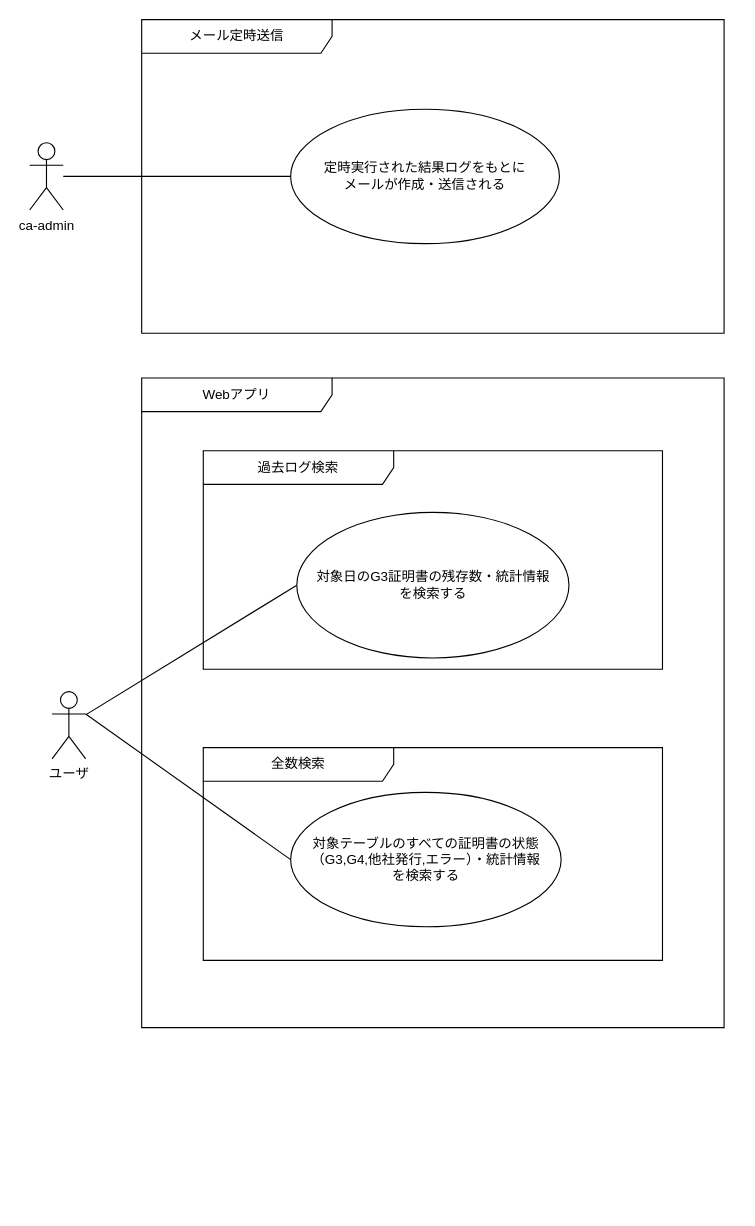
Above: page "ユースケース図" (5 of 6) of UMLDiagram.drawio in r-asano/kaihatsubuKenshu (draw.io), before the change. Source tidied: cells renumbered, new cells numbered last; positions are measured from the earlier drawing's top-left corner, leaving out a move shared by most shapes. Both pictures are drawn from the tidied source at 112%, with x=0, y=0 at pixel (29, 19).
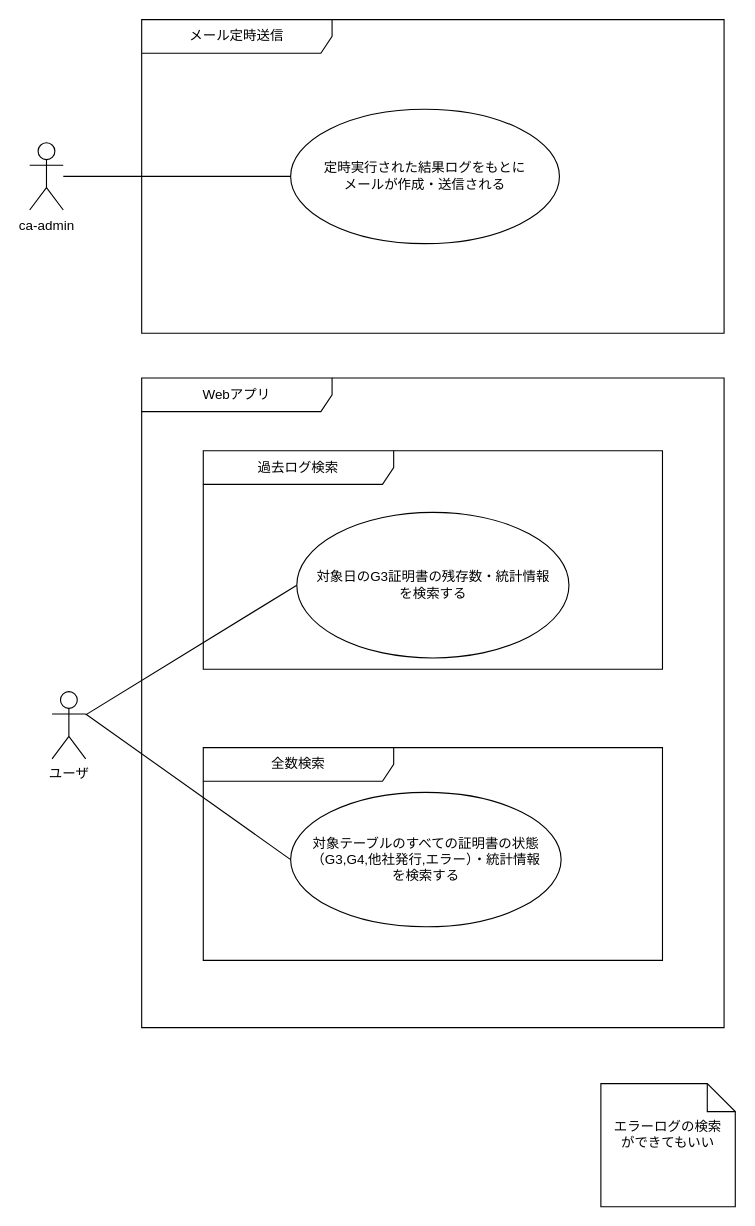
Above is the later version.

Diff of the diagram source:
```diff
@@
 <mxGraphModel>
   <root>
     <mxCell id="0" />
     <mxCell id="1" parent="0" />
     <mxCell id="2" value="メール定時送信" style="shape=umlFrame;whiteSpace=wrap;html=1;width=170;height=30;" parent="1" vertex="1">
       <mxGeometry x="100" width="520" height="280" as="geometry" />
     </mxCell>
     <mxCell id="3" value="&lt;div&gt;ca-admin&lt;/div&gt;" style="shape=umlActor;verticalLabelPosition=bottom;verticalAlign=top;html=1;" parent="1" vertex="1">
       <mxGeometry y="110" width="30" height="60" as="geometry" />
     </mxCell>
     <mxCell id="4" value="Webアプリ" style="shape=umlFrame;whiteSpace=wrap;html=1;width=170;height=30;" parent="1" vertex="1">
       <mxGeometry x="100" y="320" width="520" height="580" as="geometry" />
     </mxCell>
     <mxCell id="5" value="過去ログ検索" style="shape=umlFrame;whiteSpace=wrap;html=1;width=170;height=30;" parent="1" vertex="1">
       <mxGeometry x="155" y="385" width="410" height="195" as="geometry" />
     </mxCell>
     <mxCell id="6" value="全数検索" style="shape=umlFrame;whiteSpace=wrap;html=1;width=170;height=30;" parent="1" vertex="1">
       <mxGeometry x="155" y="650" width="410" height="190" as="geometry" />
     </mxCell>
     <mxCell id="7" value="&lt;div&gt;定時実行された結果ログをもとに&lt;/div&gt;&lt;div&gt;メールが作成・送信される&lt;/div&gt;" style="ellipse;whiteSpace=wrap;html=1;" parent="1" vertex="1">
       <mxGeometry x="233" y="80" width="240" height="120" as="geometry" />
     </mxCell>
     <mxCell id="8" style="endArrow=none;html=1;entryX=0;entryY=0.5;entryDx=0;entryDy=0;" parent="1" edge="1" source="3" target="7">
       <mxGeometry relative="1" as="geometry" />
     </mxCell>
     <mxCell id="9" value="ユーザ" style="shape=umlActor;verticalLabelPosition=bottom;verticalAlign=top;html=1;" parent="1" vertex="1">
       <mxGeometry x="20" y="600" width="30" height="60" as="geometry" />
     </mxCell>
     <mxCell id="10" value="&lt;div&gt;対象日のG3証明書の残存数・統計情報&lt;/div&gt;&lt;div&gt;を検索する&lt;br&gt;&lt;/div&gt;" style="ellipse;whiteSpace=wrap;html=1;" parent="1" vertex="1">
       <mxGeometry x="238.5" y="440" width="243" height="130" as="geometry" />
     </mxCell>
     <mxCell id="11" style="endArrow=none;html=1;entryX=0;entryY=0.5;entryDx=0;entryDy=0;" parent="1" edge="1" source="9" target="10">
       <mxGeometry relative="1" as="geometry" />
     </mxCell>
     <mxCell id="12" value="&lt;div&gt;対象テーブルのすべての証明書の状態（G3,G4,他社発行,エラー）・統計情報&lt;/div&gt;&lt;div&gt;を検索する&lt;br&gt;&lt;/div&gt;" style="ellipse;whiteSpace=wrap;html=1;" parent="1" vertex="1">
       <mxGeometry x="233" y="690" width="241.5" height="120" as="geometry" />
     </mxCell>
     <mxCell id="13" style="endArrow=none;html=1;exitX=1;exitY=0.3333333333333333;exitDx=0;exitDy=0;exitPerimeter=0;entryX=0;entryY=0.5;entryDx=0;entryDy=0;" parent="1" edge="1" source="9" target="12">
       <mxGeometry relative="1" as="geometry" />
     </mxCell>
+    <mxCell id="14" value="&lt;div&gt;エラーログの検索&lt;/div&gt;&lt;div&gt;ができてもいい&lt;br&gt;&lt;/div&gt;" style="shape=note2;boundedLbl=1;whiteSpace=wrap;html=1;size=25;verticalAlign=top;align=center;" parent="1" vertex="1">
+      <mxGeometry x="510" y="950" width="120" height="110" as="geometry" />
+    </mxCell>
   </root>
 </mxGraphModel>
```
